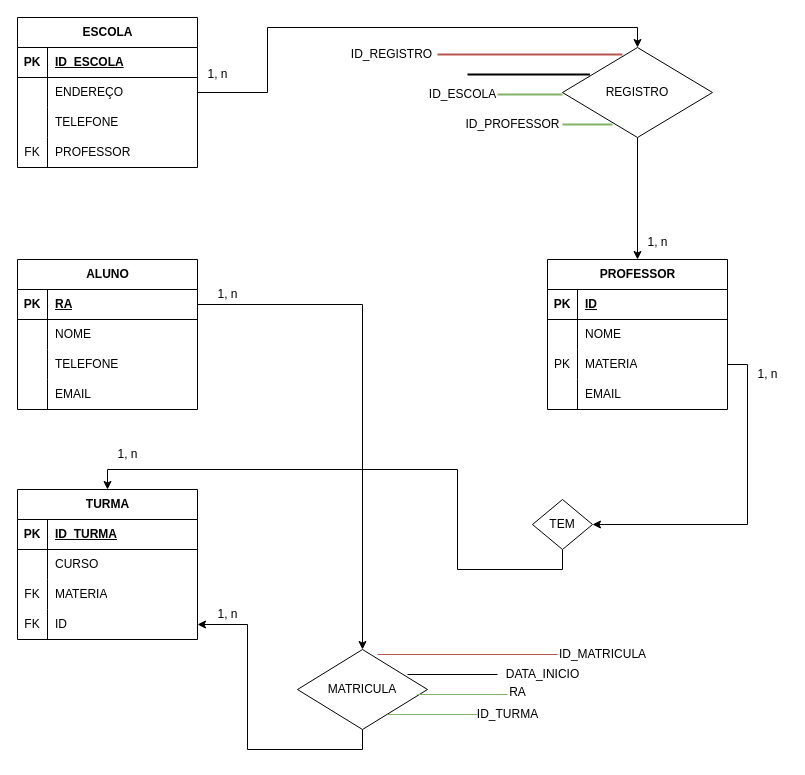
This is BD de uma escola.drawio from FirmoDev/projeto, a draw.io file, before an edit. Source tidied: cells renumbered, new cells numbered last; positions are measured from the earlier drawing's top-left corner, leaving out a move shared by most shapes. Both pictures are drawn from the tidied source at 100%, with x=0, y=0 at pixel (17, 17).
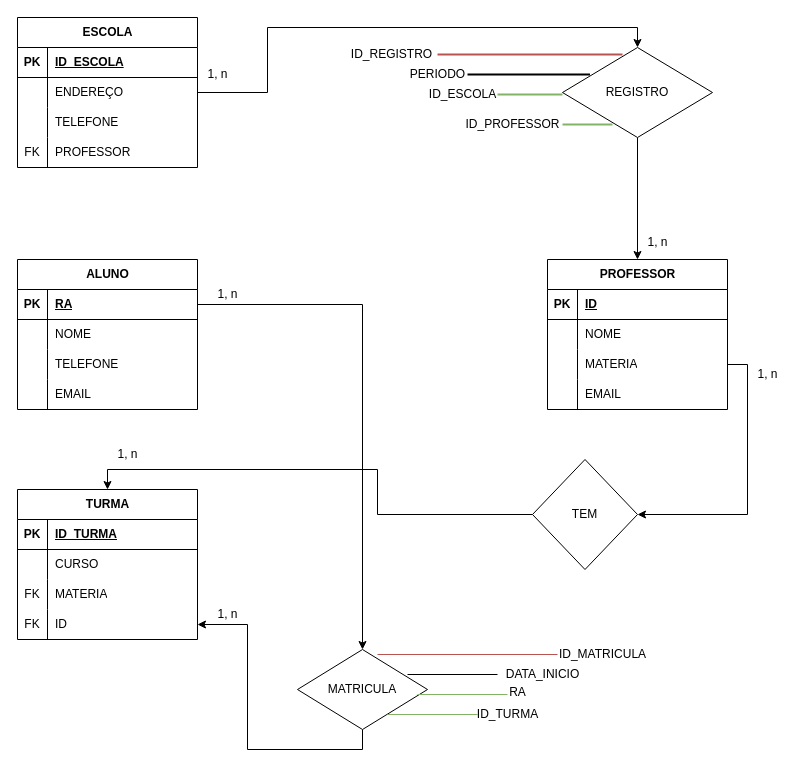
The same diagram, later.

Commit message:
ALTERAÇÃO DA PK NA TABELA PROFESSOR

The change refers to these unchanged cells:
```xml
<mxCell id="35" style="shape=tableRow;horizontal=0;startSize=0;swimlaneHead=0;swimlaneBody=0;fillColor=none;points=[[0,0.5],[1,0.5]];portConstraint=eastwest;top=0;left=0;right=0;bottom=0;" parent="28" vertex="1">
  <mxGeometry y="90" width="180" height="30" as="geometry" />
</mxCell>
<mxCell id="43" value="TURMA" style="shape=table;startSize=30;childLayout=tableLayout;rowLines=0;fontStyle=1;align=center;html=1;" parent="1" vertex="1">
  <mxGeometry y="472" width="180" height="150" as="geometry" />
</mxCell>
```

Change to the diagram source:
```diff
@@
-    <mxCell id="36" value="PK" style="shape=partialRectangle;fillColor=none;top=0;left=0;bottom=0;right=0;overflow=hidden;whiteSpace=wrap;html=1;" parent="35" vertex="1">
+    <mxCell id="36" style="shape=partialRectangle;fillColor=none;top=0;left=0;bottom=0;right=0;overflow=hidden;whiteSpace=wrap;html=1;" parent="35" vertex="1">
       <mxGeometry width="30" height="30" as="geometry" />
     </mxCell>
@@
-    <mxCell id="64" style="edgeStyle=orthogonalEdgeStyle;rounded=0;jettySize=auto;html=1;exitX=0.5;exitY=1;exitDx=0;exitDy=0;entryX=0.5;entryY=0;entryDx=0;entryDy=0;" parent="1" edge="1" source="65" target="43">
+    <mxCell id="64" style="edgeStyle=orthogonalEdgeStyle;rounded=0;jettySize=auto;html=1;exitX=0;exitY=0.5;exitDx=0;exitDy=0;entryX=0.5;entryY=0;entryDx=0;entryDy=0;" parent="1" edge="1" source="65" target="43">
       <mxGeometry relative="1" as="geometry">
         <Array as="points">
-          <mxPoint x="545" y="552" />
-          <mxPoint x="440" y="552" />
-          <mxPoint x="440" y="452" />
+          <mxPoint x="360" y="497" />
+          <mxPoint x="360" y="452" />
           <mxPoint x="90" y="452" />
         </Array>
       </mxGeometry>
     </mxCell>
     <mxCell id="65" value="TEM" style="shape=rhombus;html=1;dashed=0;whiteSpace=wrap;perimeter=rhombusPerimeter;" parent="1" vertex="1">
-      <mxGeometry x="515" y="482" width="60" height="50" as="geometry" />
+      <mxGeometry x="515" y="442" width="105" height="110" as="geometry" />
     </mxCell>
@@
+    <mxCell id="84" value="PERIODO" style="text;html=1;align=center;verticalAlign=middle;strokeColor=none;fillColor=none;" parent="1" vertex="1">
+      <mxGeometry x="380" y="42" width="80" height="30" as="geometry" />
+    </mxCell>
```
